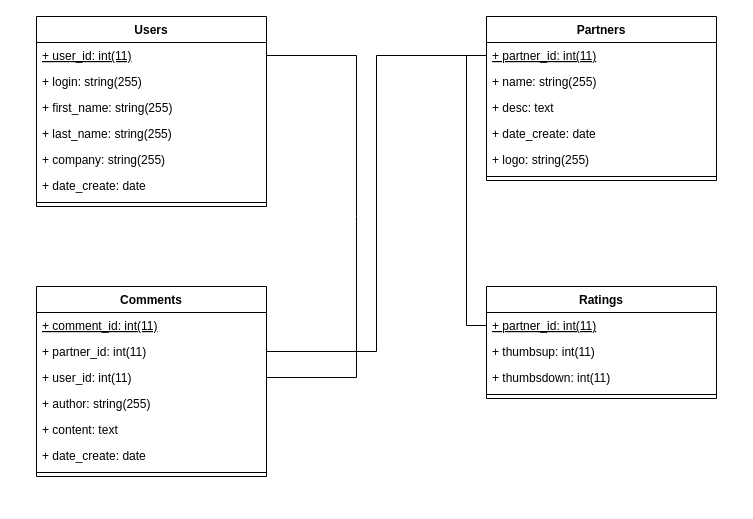
ludon89/projet-gmae keeps this draw.io diagram as page "diagrammes de classe" (1 of 2) of diagrammes-uml.drawio. Above is the earlier version. Source tidied: cells renumbered, new cells numbered last; positions are measured from the earlier drawing's top-left corner, leaving out a move shared by most shapes. Both pictures are drawn from the tidied source at 100%, with x=0, y=0 at pixel (36, 16).
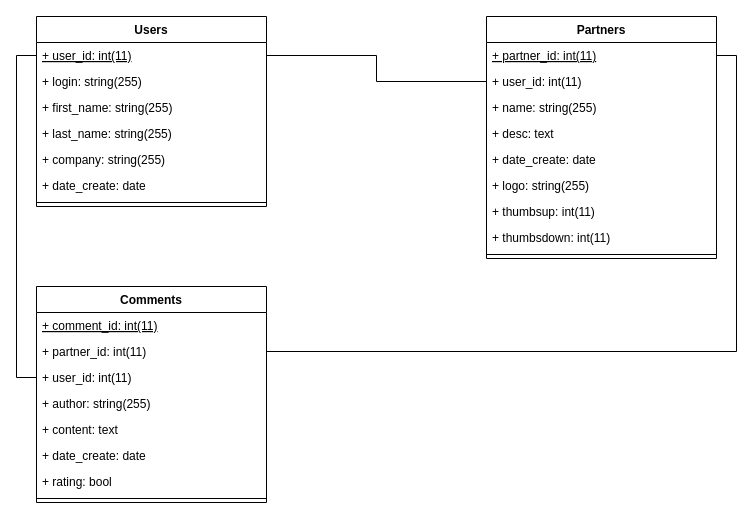
After the change.

Unchanged cells that the change refers to:
```xml
<mxCell id="3" value="+ user_id: int(11)" style="text;strokeColor=none;fillColor=none;align=left;verticalAlign=top;spacingLeft=4;spacingRight=4;overflow=hidden;points=[[0,0.5],[1,0.5]];portConstraint=eastwest;fontStyle=4;" parent="2" vertex="1">
  <mxGeometry y="26" width="230" height="26" as="geometry" />
</mxCell>
<mxCell id="11" value="+ partner_id: int(11)" style="text;strokeColor=none;fillColor=none;align=left;verticalAlign=top;spacingLeft=4;spacingRight=4;overflow=hidden;points=[[0,0.5],[1,0.5]];portConstraint=eastwest;fontStyle=4;" parent="10" vertex="1">
  <mxGeometry y="26" width="230" height="26" as="geometry" />
</mxCell>
<mxCell id="19" value="+ partner_id: int(11)" style="text;strokeColor=none;fillColor=none;align=left;verticalAlign=top;spacingLeft=4;spacingRight=4;overflow=hidden;points=[[0,0.5],[1,0.5]];portConstraint=eastwest;" parent="17" vertex="1">
  <mxGeometry y="52" width="230" height="26" as="geometry" />
</mxCell>
<mxCell id="20" value="+ user_id: int(11)" style="text;strokeColor=none;fillColor=none;align=left;verticalAlign=top;spacingLeft=4;spacingRight=4;overflow=hidden;points=[[0,0.5],[1,0.5]];portConstraint=eastwest;" parent="17" vertex="1">
  <mxGeometry y="78" width="230" height="26" as="geometry" />
</mxCell>
```

Change to the diagram source:
```diff
@@
     <mxCell id="10" value="Partners" style="swimlane;fontStyle=1;align=center;verticalAlign=top;horizontal=1;startSize=26;" parent="1" vertex="1">
-      <mxGeometry x="450" width="230" height="164" as="geometry" />
+      <mxGeometry x="450" width="230" height="242" as="geometry" />
     </mxCell>
@@
+    <mxCell id="33" value="+ user_id: int(11)" style="text;strokeColor=none;fillColor=none;align=left;verticalAlign=top;spacingLeft=4;spacingRight=4;overflow=hidden;points=[[0,0.5],[1,0.5]];portConstraint=eastwest;" parent="10" vertex="1">
+      <mxGeometry y="52" width="230" height="26" as="geometry" />
+    </mxCell>
     <mxCell id="12" value="+ name: string(255)" style="text;strokeColor=none;fillColor=none;align=left;verticalAlign=top;spacingLeft=4;spacingRight=4;overflow=hidden;" parent="10" vertex="1">
-      <mxGeometry y="52" width="230" height="26" as="geometry" />
+      <mxGeometry y="78" width="230" height="26" as="geometry" />
     </mxCell>
     <mxCell id="13" value="+ desc: text" style="text;strokeColor=none;fillColor=none;align=left;verticalAlign=top;spacingLeft=4;spacingRight=4;overflow=hidden;" parent="10" vertex="1">
-      <mxGeometry y="78" width="230" height="26" as="geometry" />
+      <mxGeometry y="104" width="230" height="26" as="geometry" />
     </mxCell>
     <mxCell id="14" value="+ date_create: date" style="text;strokeColor=none;fillColor=none;align=left;verticalAlign=top;spacingLeft=4;spacingRight=4;overflow=hidden;" parent="10" vertex="1">
-      <mxGeometry y="104" width="230" height="26" as="geometry" />
+      <mxGeometry y="130" width="230" height="26" as="geometry" />
     </mxCell>
     <mxCell id="15" value="+ logo: string(255)" style="text;strokeColor=none;fillColor=none;align=left;verticalAlign=top;spacingLeft=4;spacingRight=4;overflow=hidden;" parent="10" vertex="1">
-      <mxGeometry y="130" width="230" height="26" as="geometry" />
+      <mxGeometry y="156" width="230" height="26" as="geometry" />
     </mxCell>
+    <mxCell id="27" value="+ thumbsup: int(11)" style="text;strokeColor=none;fillColor=none;align=left;verticalAlign=top;spacingLeft=4;spacingRight=4;overflow=hidden;" parent="10" vertex="1">
+      <mxGeometry y="182" width="230" height="26" as="geometry" />
+    </mxCell>
+    <mxCell id="28" value="+ thumbsdown: int(11)" style="text;strokeColor=none;fillColor=none;align=left;verticalAlign=top;spacingLeft=4;spacingRight=4;overflow=hidden;" parent="10" vertex="1">
+      <mxGeometry y="208" width="230" height="26" as="geometry" />
+    </mxCell>
     <mxCell id="16" style="line;strokeWidth=1;fillColor=none;align=left;verticalAlign=middle;spacingTop=-1;spacingLeft=3;spacingRight=3;labelPosition=right;strokeColor=inherit;" parent="10" vertex="1">
-      <mxGeometry y="156" width="230" height="8" as="geometry" />
+      <mxGeometry y="234" width="230" height="8" as="geometry" />
     </mxCell>
     <mxCell id="17" value="Comments" style="swimlane;fontStyle=1;align=center;verticalAlign=top;horizontal=1;startSize=26;" parent="1" vertex="1">
-      <mxGeometry y="270" width="230" height="190" as="geometry" />
+      <mxGeometry y="270" width="230" height="216" as="geometry" />
     </mxCell>
@@
+    <mxCell id="34" value="+ rating: bool" style="text;strokeColor=none;fillColor=none;align=left;verticalAlign=top;spacingLeft=4;spacingRight=4;overflow=hidden;" parent="17" vertex="1">
+      <mxGeometry y="182" width="230" height="26" as="geometry" />
+    </mxCell>
     <mxCell id="24" style="line;strokeWidth=1;fillColor=none;align=left;verticalAlign=middle;spacingTop=-1;spacingLeft=3;spacingRight=3;labelPosition=right;strokeColor=inherit;" parent="17" vertex="1">
-      <mxGeometry y="182" width="230" height="8" as="geometry" />
+      <mxGeometry y="208" width="230" height="8" as="geometry" />
     </mxCell>
-    <mxCell id="25" value="Ratings" style="swimlane;fontStyle=1;align=center;verticalAlign=top;horizontal=1;startSize=26;" parent="1" vertex="1">
-      <mxGeometry x="450" y="270" width="230" height="112" as="geometry" />
-    </mxCell>
-    <mxCell id="26" value="+ partner_id: int(11)" style="text;strokeColor=none;fillColor=none;align=left;verticalAlign=top;spacingLeft=4;spacingRight=4;overflow=hidden;points=[[0,0.5],[1,0.5]];portConstraint=eastwest;fontStyle=4;" parent="25" vertex="1">
-      <mxGeometry y="26" width="230" height="26" as="geometry" />
-    </mxCell>
-    <mxCell id="27" value="+ thumbsup: int(11)" style="text;strokeColor=none;fillColor=none;align=left;verticalAlign=top;spacingLeft=4;spacingRight=4;overflow=hidden;" parent="25" vertex="1">
-      <mxGeometry y="52" width="230" height="26" as="geometry" />
-    </mxCell>
-    <mxCell id="28" value="+ thumbsdown: int(11)" style="text;strokeColor=none;fillColor=none;align=left;verticalAlign=top;spacingLeft=4;spacingRight=4;overflow=hidden;" parent="25" vertex="1">
-      <mxGeometry y="78" width="230" height="26" as="geometry" />
-    </mxCell>
-    <mxCell id="29" style="line;strokeWidth=1;fillColor=none;align=left;verticalAlign=middle;spacingTop=-1;spacingLeft=3;spacingRight=3;labelPosition=right;strokeColor=inherit;" parent="25" vertex="1">
-      <mxGeometry y="104" width="230" height="8" as="geometry" />
-    </mxCell>
-    <mxCell id="30" style="endArrow=none;html=1;rounded=0;exitX=1;exitY=0.5;exitDx=0;exitDy=0;entryX=1;entryY=0.5;entryDx=0;entryDy=0;" parent="1" edge="1" source="3" target="20">
-      <mxGeometry relative="1" as="geometry">
-        <Array as="points">
-          <mxPoint x="320" y="39" />
-          <mxPoint x="320" y="200" />
-          <mxPoint x="320" y="361" />
-        </Array>
-      </mxGeometry>
+    <mxCell id="30" style="edgeStyle=orthogonalEdgeStyle;rounded=0;jettySize=auto;html=1;exitX=0;exitY=0.5;exitDx=0;exitDy=0;entryX=0;entryY=0.5;entryDx=0;entryDy=0;endArrow=none;endFill=0;" parent="1" edge="1" source="3" target="20">
+      <mxGeometry relative="1" as="geometry" />
     </mxCell>
-    <mxCell id="31" style="edgeStyle=orthogonalEdgeStyle;rounded=0;jettySize=auto;html=1;exitX=0;exitY=0.5;exitDx=0;exitDy=0;entryX=1;entryY=0.5;entryDx=0;entryDy=0;endArrow=none;endFill=0;" parent="1" edge="1" source="11" target="19">
-      <mxGeometry relative="1" as="geometry" />
-    </mxCell>
-    <mxCell id="32" style="edgeStyle=orthogonalEdgeStyle;rounded=0;jettySize=auto;html=1;exitX=0;exitY=0.5;exitDx=0;exitDy=0;entryX=0;entryY=0.5;entryDx=0;entryDy=0;endArrow=none;endFill=0;" parent="1" edge="1" source="26" target="11">
-      <mxGeometry relative="1" as="geometry" />
-    </mxCell>
+    <mxCell id="35" style="edgeStyle=orthogonalEdgeStyle;rounded=0;jettySize=auto;html=1;exitX=1;exitY=0.5;exitDx=0;exitDy=0;entryX=1;entryY=0.5;entryDx=0;entryDy=0;endArrow=none;endFill=0;" parent="1" edge="1" source="19" target="11">
+      <mxGeometry relative="1" as="geometry" />
+    </mxCell>
+    <mxCell id="36" style="edgeStyle=orthogonalEdgeStyle;rounded=0;jettySize=auto;html=1;exitX=1;exitY=0.5;exitDx=0;exitDy=0;entryX=0;entryY=0.5;entryDx=0;entryDy=0;endArrow=none;endFill=0;" parent="1" edge="1" source="3" target="33">
+      <mxGeometry relative="1" as="geometry" />
+    </mxCell>
```
